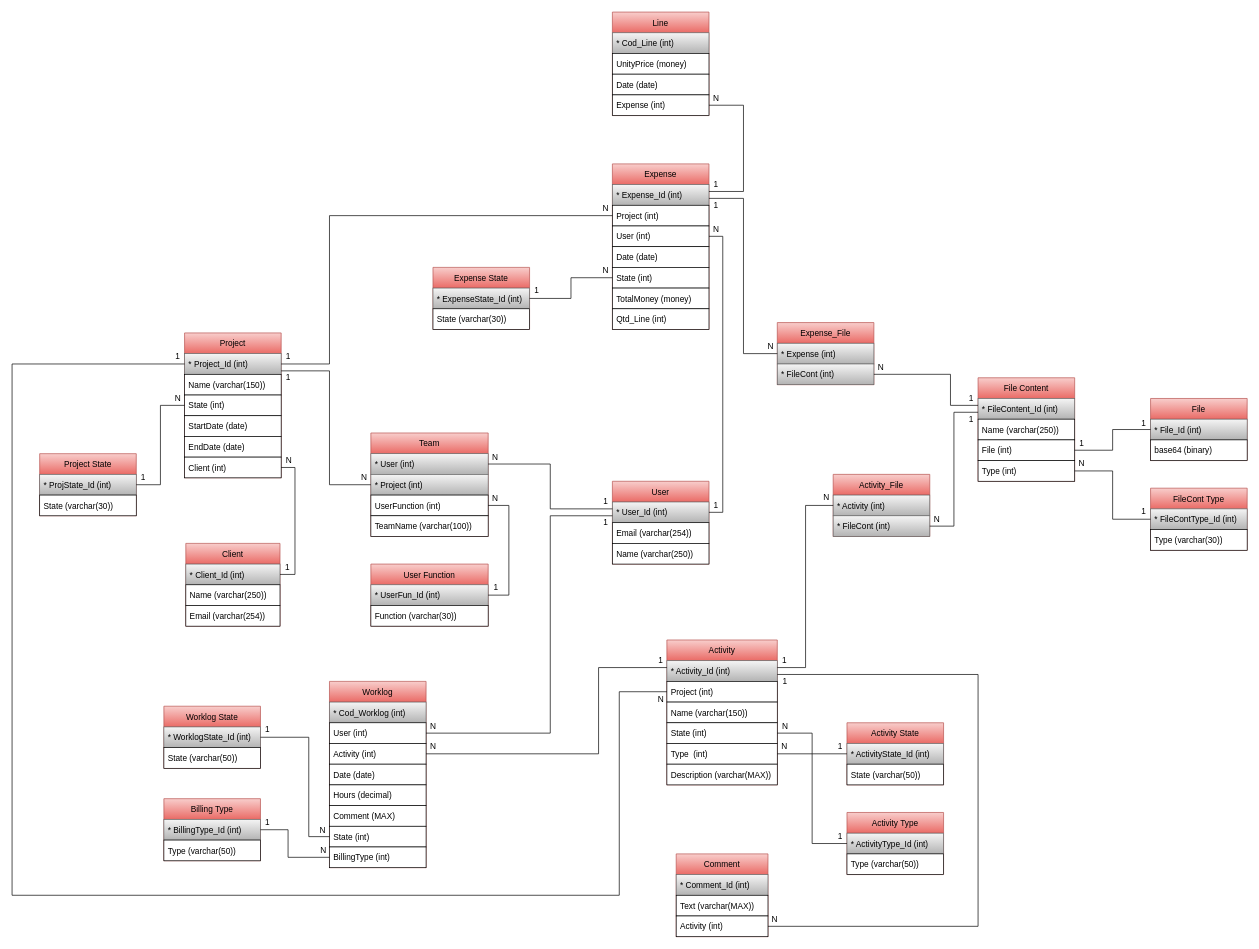
This is Relatório/Timesheet DB.drawio from rjcasaca/inete2022, a draw.io file, before an edit. Source tidied: cells renumbered, new cells numbered last; positions are measured from the earlier drawing's top-left corner, leaving out a move shared by most shapes. Both pictures are drawn from the tidied source at 69%, with x=0, y=0 at pixel (12, 12).
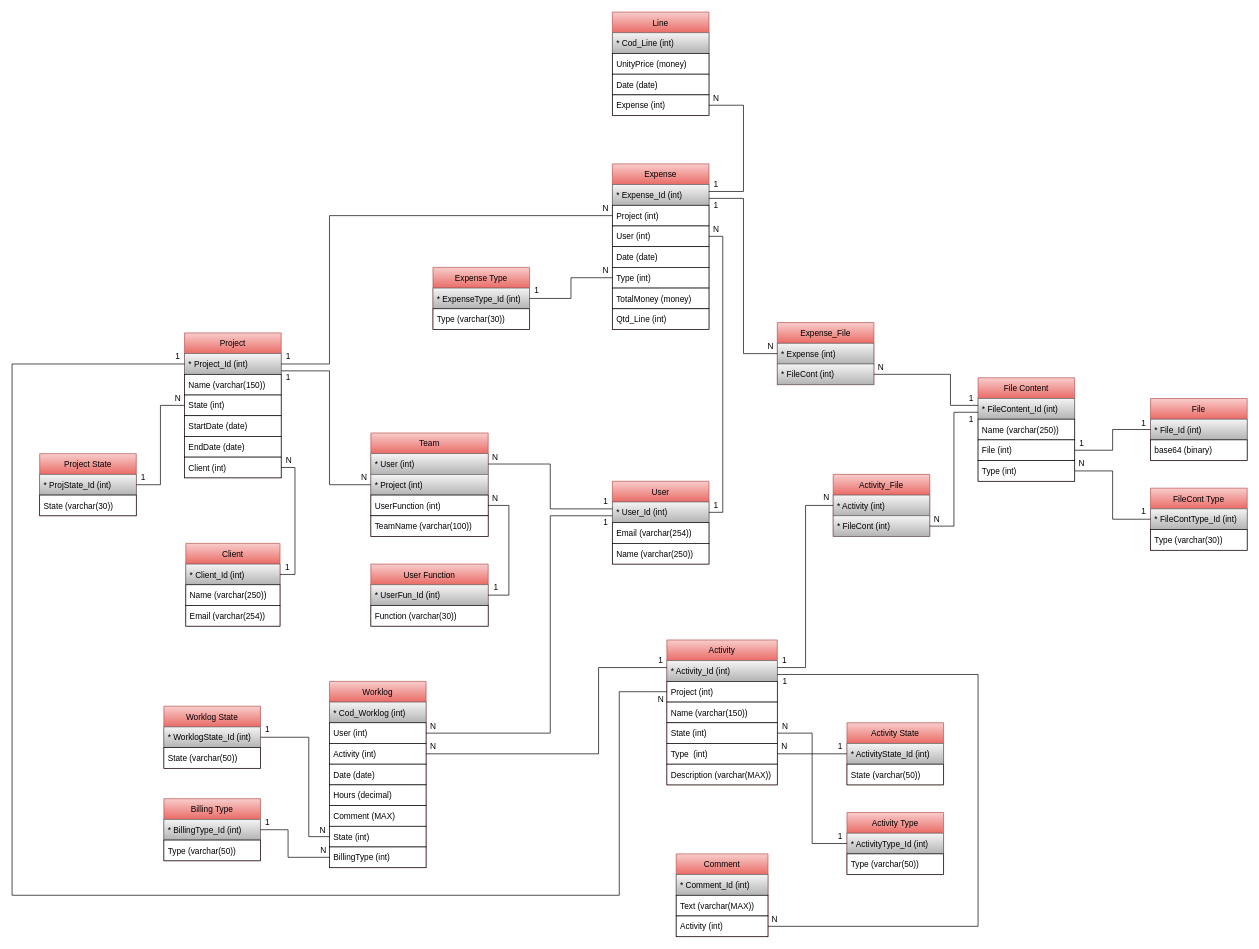
The same diagram, later.

Unchanged cells that the change refers to:
```xml
<mxCell id="39" value="Expense" style="swimlane;fontStyle=0;horizontal=1;startSize=30;strokeColor=#b85450;fillColor=#f8cecc;gradientColor=#ea6b66;" parent="1" vertex="1">
  <mxGeometry x="870" y="220" width="140" height="240" as="geometry" />
</mxCell>
```

Diff of the diagram source:
```diff
@@
-    <mxCell id="44" value="State (int)" style="text;strokeColor=default;fillColor=default;align=left;verticalAlign=middle;spacingLeft=4;spacingRight=4;overflow=hidden;points=[[0,0.5],[1,0.5]];portConstraint=eastwest;" parent="39" vertex="1">
+    <mxCell id="44" value="Type (int)" style="text;strokeColor=default;fillColor=default;align=left;verticalAlign=middle;spacingLeft=4;spacingRight=4;overflow=hidden;points=[[0,0.5],[1,0.5]];portConstraint=eastwest;" parent="39" vertex="1">
       <mxGeometry y="150" width="140" height="30" as="geometry" />
     </mxCell>
@@
-    <mxCell id="53" value="Expense State" style="swimlane;fontStyle=0;horizontal=1;startSize=30;strokeColor=#b85450;fillColor=#f8cecc;gradientColor=#ea6b66;" parent="1" vertex="1">
+    <mxCell id="53" value="Expense Type" style="swimlane;fontStyle=0;horizontal=1;startSize=30;strokeColor=#b85450;fillColor=#f8cecc;gradientColor=#ea6b66;" parent="1" vertex="1">
       <mxGeometry x="610" y="370" width="140" height="90" as="geometry" />
     </mxCell>
-    <mxCell id="54" value="* ExpenseState_Id (int)" style="text;strokeColor=#666666;fillColor=#f5f5f5;align=left;verticalAlign=middle;spacingLeft=4;spacingRight=4;overflow=hidden;points=[[0,0.5],[1,0.5]];portConstraint=eastwest;gradientColor=#b3b3b3;" parent="53" vertex="1">
+    <mxCell id="54" value="* ExpenseType_Id (int)" style="text;strokeColor=#666666;fillColor=#f5f5f5;align=left;verticalAlign=middle;spacingLeft=4;spacingRight=4;overflow=hidden;points=[[0,0.5],[1,0.5]];portConstraint=eastwest;gradientColor=#b3b3b3;" parent="53" vertex="1">
       <mxGeometry y="30" width="140" height="30" as="geometry" />
     </mxCell>
-    <mxCell id="55" value="State (varchar(30))" style="text;strokeColor=default;fillColor=default;align=left;verticalAlign=middle;spacingLeft=4;spacingRight=4;overflow=hidden;" parent="53" vertex="1">
+    <mxCell id="55" value="Type (varchar(30))" style="text;strokeColor=default;fillColor=default;align=left;verticalAlign=middle;spacingLeft=4;spacingRight=4;overflow=hidden;" parent="53" vertex="1">
       <mxGeometry y="60" width="140" height="30" as="geometry" />
     </mxCell>
```
